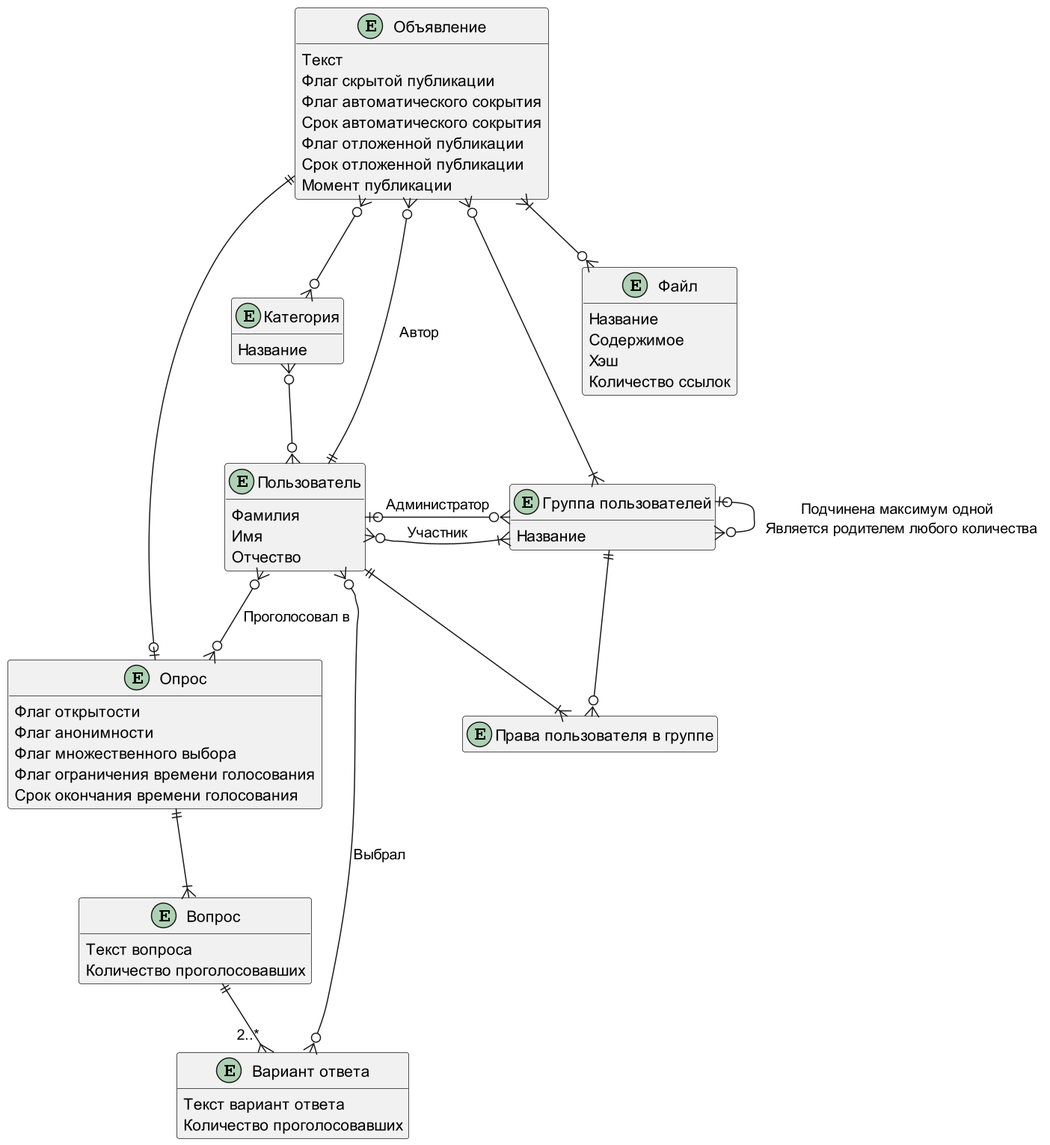
The PlantUML diagram doc/Writerside/images/diagrams/er.png in astu-app/ASTU-Bulletin-Board-Server, before a commit. The source it was exported from:
```plantuml
@startuml

hide methods

entity "Пользователь" as user {
    Фамилия
    Имя
    Отчество
}

entity "Объявление" as notification {
    Текст
    Флаг скрытой публикации
    Флаг автоматического сокрытия
    Срок автоматического сокрытия
    Флаг отложенной публикации
    Срок отложенной публикации
    Момент публикации
}
notification }o--|| user : Автор

entity "Категория" as category {
    Название
}
notification }o--o{ category
user }o-up-o{ category

entity "Файл" as attachedFile {
    Название
    Содержимое
    Хэш
    Количество ссылок
}
notification }|--o{ attachedFile

entity "Опрос" as survey {
    Флаг открытости
    Флаг анонимности
    Флаг множественного выбора
    Флаг ограничения времени голосования
    Срок окончания времени голосования
}
notification ||--o| survey
user }o--o{ survey : Проголосовал в

entity "Вопрос" as question {
    Текст вопроса
    Количество проголосовавших
}
survey ||--|{ question

entity "Вариант ответа" as answer {
    Текст вариант ответа
    Количество проголосовавших
}
question ||--{ "2..*" answer
user }o--o{ answer : Выбрал

entity "Группа пользователей" as userGroup {
    Название
}
notification }o--|{ userGroup
user }o--|{ userGroup : Участник
user |o-right-o{ userGroup : Администратор
userGroup |o--o{ userGroup : Подчинена максимум одной \n Является родителем любого количества

entity "Права пользователя в группе" as userRightsInGroup {}
hide userRightsInGroup members
user ||--|{ userRightsInGroup
userGroup ||--o{ userRightsInGroup



@enduml
```
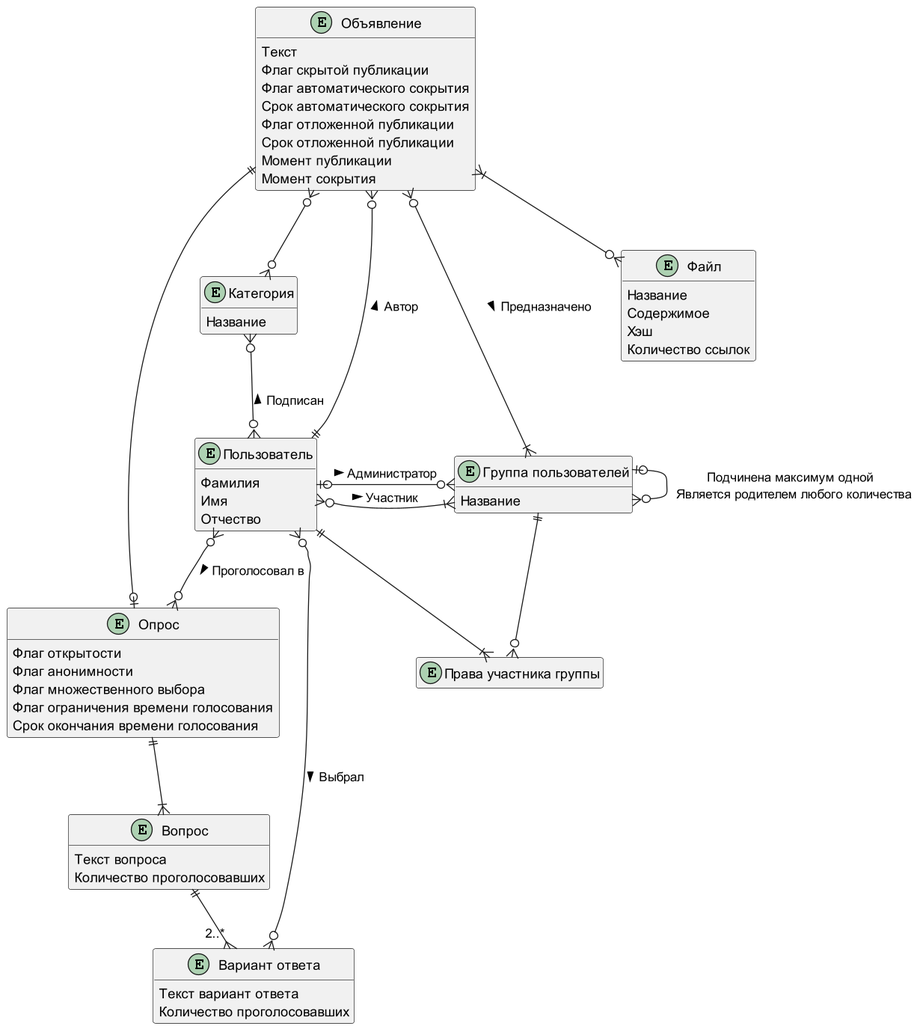
The same diagram one commit later.

Commit message:
конвертировал ссылки на изображения в корректные md-ссылки и обновил изображение диаграммы er

Change to the diagram source:
```diff
@@ -8,7 +8,7 @@
     Отчество
 }
 
-entity "Объявление" as notification {
+entity "Объявление" as announcement {
     Текст
     Флаг скрытой публикации
     Флаг автоматического сокрытия
@@ -16,14 +16,15 @@
     Флаг отложенной публикации
     Срок отложенной публикации
     Момент публикации
+    Момент сокрытия
 }
-notification }o--|| user : Автор
+announcement }o--|| user : < Автор
 
 entity "Категория" as category {
     Название
 }
-notification }o--o{ category
-user }o-up-o{ category
+announcement }o--o{ category
+user }o-up-o{ category : > Подписан
 
 entity "Файл" as attachedFile {
     Название
@@ -31,7 +32,7 @@
     Хэш
     Количество ссылок
 }
-notification }|--o{ attachedFile
+announcement }|--o{ attachedFile
 
 entity "Опрос" as survey {
     Флаг открытости
@@ -40,8 +41,8 @@
     Флаг ограничения времени голосования
     Срок окончания времени голосования
 }
-notification ||--o| survey
-user }o--o{ survey : Проголосовал в
+announcement ||--o| survey
+user }o--o{ survey : > Проголосовал в
 
 entity "Вопрос" as question {
     Текст вопроса
@@ -54,20 +55,20 @@
     Количество проголосовавших
 }
 question ||--{ "2..*" answer
-user }o--o{ answer : Выбрал
+user }o--o{ answer : > Выбрал
 
 entity "Группа пользователей" as userGroup {
     Название
 }
-notification }o--|{ userGroup
-user }o--|{ userGroup : Участник
-user |o-right-o{ userGroup : Администратор
+announcement }o--|{ userGroup : > Предназначено
+user }o--|{ userGroup : > Участник
+user |o-right-o{ userGroup : > Администратор
 userGroup |o--o{ userGroup : Подчинена максимум одной \n Является родителем любого количества
 
-entity "Права пользователя в группе" as userRightsInGroup {}
-hide userRightsInGroup members
-user ||--|{ userRightsInGroup
-userGroup ||--o{ userRightsInGroup
+entity "Права участника группы" as memberRights {}
+hide memberRights members
+user ||--|{ memberRights
+userGroup ||--o{ memberRights
 
 
 
```
